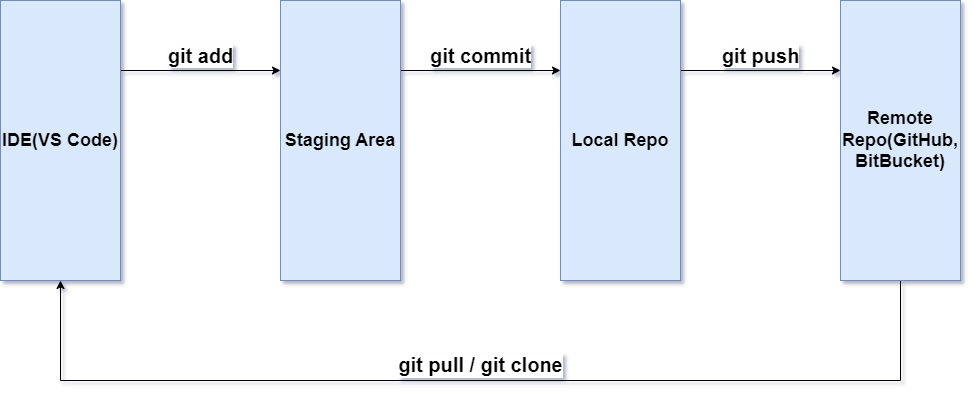
The draw.io diagram images/git_stages.png in kvsabhishek/Devops, before a commit. Source tidied: cells renumbered, new cells last; positions are measured from the earlier drawing's top-left corner, leaving out a move shared by most shapes.
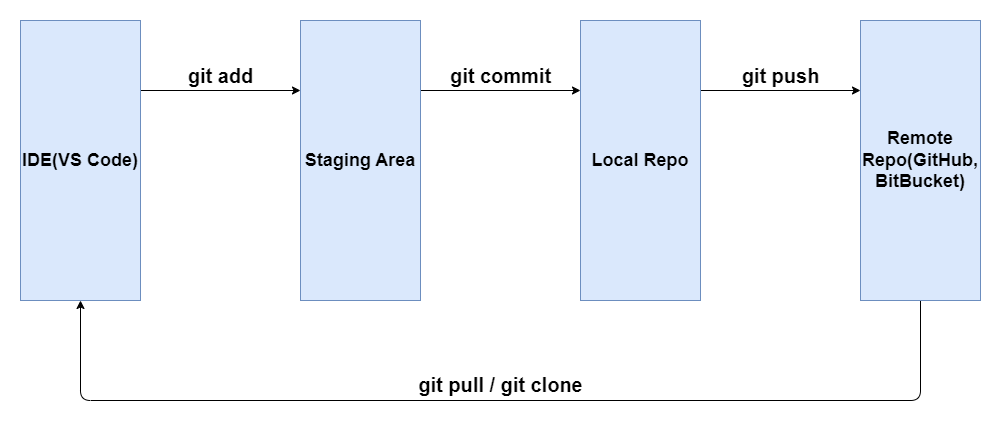
The same diagram one commit later.

The edit, as a diff of the source:
```diff
@@ -1,26 +1,26 @@
-<mxGraphModel background="#FFFFFF" shadow="1">
+<mxGraphModel background="#FFFFFF">
   <root>
     <mxCell id="0" />
     <mxCell id="1" parent="0" />
-    <mxCell id="2" value="git add" style="edgeStyle=orthogonalEdgeStyle;rounded=0;jettySize=auto;html=1;exitX=1;exitY=0.25;exitDx=0;exitDy=0;entryX=0;entryY=0.25;entryDx=0;entryDy=0;fontSize=20;verticalAlign=bottom;fontStyle=1;" parent="1" edge="1" source="3" target="5">
+    <mxCell id="2" value="git add" style="edgeStyle=orthogonalEdgeStyle;rounded=1;jettySize=auto;html=1;exitX=1;exitY=0.25;exitDx=0;exitDy=0;entryX=0;entryY=0.25;entryDx=0;entryDy=0;fontSize=20;verticalAlign=bottom;fontStyle=1;" parent="1" edge="1" source="3" target="5">
       <mxGeometry relative="1" as="geometry" />
     </mxCell>
     <mxCell id="3" value="&lt;b&gt;&lt;font style=&quot;font-size: 18px;&quot;&gt;IDE(VS Code)&lt;/font&gt;&lt;/b&gt;" style="rounded=0;whiteSpace=wrap;html=1;fillColor=#dae8fc;strokeColor=#6c8ebf;" parent="1" vertex="1">
       <mxGeometry width="120" height="280" as="geometry" />
     </mxCell>
-    <mxCell id="4" value="git commit" style="edgeStyle=orthogonalEdgeStyle;rounded=0;jettySize=auto;html=1;exitX=1;exitY=0.25;exitDx=0;exitDy=0;entryX=0;entryY=0.25;entryDx=0;entryDy=0;fontSize=20;fontStyle=1;verticalAlign=bottom;" parent="1" edge="1" source="5" target="7">
+    <mxCell id="4" value="git commit" style="edgeStyle=orthogonalEdgeStyle;rounded=1;jettySize=auto;html=1;exitX=1;exitY=0.25;exitDx=0;exitDy=0;entryX=0;entryY=0.25;entryDx=0;entryDy=0;fontSize=20;fontStyle=1;verticalAlign=bottom;" parent="1" edge="1" source="5" target="7">
       <mxGeometry relative="1" as="geometry" />
     </mxCell>
     <mxCell id="5" value="&lt;font size=&quot;1&quot; style=&quot;&quot;&gt;&lt;b style=&quot;font-size: 18px;&quot;&gt;Staging Area&lt;/b&gt;&lt;/font&gt;" style="rounded=0;whiteSpace=wrap;html=1;fillColor=#dae8fc;strokeColor=#6c8ebf;" parent="1" vertex="1">
       <mxGeometry x="280" width="120" height="280" as="geometry" />
     </mxCell>
-    <mxCell id="6" value="&lt;b&gt;&lt;font style=&quot;font-size: 20px;&quot;&gt;git push&lt;/font&gt;&lt;/b&gt;" style="edgeStyle=orthogonalEdgeStyle;rounded=0;jettySize=auto;html=1;exitX=1;exitY=0.25;exitDx=0;exitDy=0;entryX=0;entryY=0.25;entryDx=0;entryDy=0;verticalAlign=bottom;" parent="1" edge="1" source="7" target="9">
+    <mxCell id="6" value="&lt;b&gt;&lt;font style=&quot;font-size: 20px;&quot;&gt;git push&lt;/font&gt;&lt;/b&gt;" style="edgeStyle=orthogonalEdgeStyle;rounded=1;jettySize=auto;html=1;exitX=1;exitY=0.25;exitDx=0;exitDy=0;entryX=0;entryY=0.25;entryDx=0;entryDy=0;verticalAlign=bottom;" parent="1" edge="1" source="7" target="9">
       <mxGeometry relative="1" as="geometry" />
     </mxCell>
     <mxCell id="7" value="&lt;font size=&quot;1&quot; style=&quot;&quot;&gt;&lt;b style=&quot;font-size: 18px;&quot;&gt;Local Repo&lt;/b&gt;&lt;/font&gt;" style="rounded=0;whiteSpace=wrap;html=1;fillColor=#dae8fc;strokeColor=#6c8ebf;" parent="1" vertex="1">
       <mxGeometry x="560" width="120" height="280" as="geometry" />
     </mxCell>
-    <mxCell id="8" value="&lt;font style=&quot;font-size: 20px;&quot;&gt;git pull / git clone&lt;/font&gt;" style="edgeStyle=orthogonalEdgeStyle;rounded=0;jettySize=auto;html=1;exitX=0.5;exitY=1;exitDx=0;exitDy=0;fontStyle=1;fontSize=19;verticalAlign=bottom;entryX=0.5;entryY=1;entryDx=0;entryDy=0;" parent="1" edge="1" source="9" target="3">
+    <mxCell id="8" value="&lt;font style=&quot;font-size: 20px;&quot;&gt;git pull / git clone&lt;/font&gt;" style="edgeStyle=orthogonalEdgeStyle;rounded=1;jettySize=auto;html=1;exitX=0.5;exitY=1;exitDx=0;exitDy=0;fontStyle=1;fontSize=19;verticalAlign=bottom;entryX=0.5;entryY=1;entryDx=0;entryDy=0;" parent="1" edge="1" source="9" target="3">
       <mxGeometry relative="1" as="geometry">
         <Array as="points">
           <mxPoint x="900" y="380" />
```
